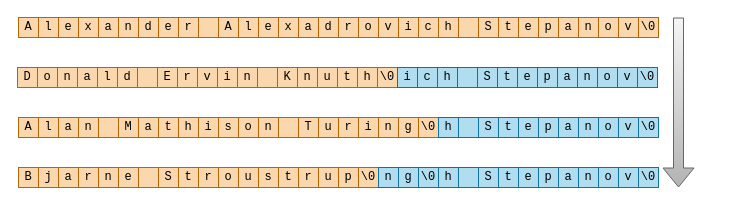
Before: images/generalized_parts/drawio/05_Information_in_the_string.drawio in cppHusky/cppHusky-cpp-Tutorial, a draw.io diagram. Source tidied: cells renumbered, new cells numbered last; positions are measured from the earlier drawing's top-left corner, leaving out a move shared by most shapes. Both pictures are drawn from the tidied source at 100%, with x=0, y=0 at pixel (17, 17).
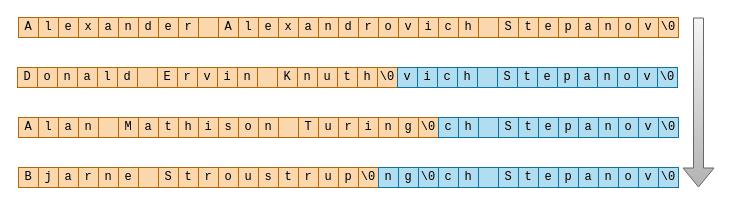
After the change.

Change to the diagram source:
```diff
@@
-    <mxCell id="17" value="d" style="rounded=0;whiteSpace=wrap;html=1;fontFamily=consolas;fillColor=#fad7ac;strokeColor=#b46504;" parent="1" vertex="1">
+    <mxCell id="17" value="n" style="rounded=0;whiteSpace=wrap;html=1;fontFamily=consolas;fillColor=#fad7ac;strokeColor=#b46504;" parent="1" vertex="1">
       <mxGeometry x="301" width="20" height="20" as="geometry" />
     </mxCell>
-    <mxCell id="18" value="r" style="rounded=0;whiteSpace=wrap;html=1;fontFamily=consolas;fillColor=#fad7ac;strokeColor=#b46504;" parent="1" vertex="1">
+    <mxCell id="18" value="d" style="rounded=0;whiteSpace=wrap;html=1;fontFamily=consolas;fillColor=#fad7ac;strokeColor=#b46504;" parent="1" vertex="1">
       <mxGeometry x="321" width="20" height="20" as="geometry" />
     </mxCell>
-    <mxCell id="19" value="o" style="rounded=0;whiteSpace=wrap;html=1;fontFamily=consolas;fillColor=#fad7ac;strokeColor=#b46504;" parent="1" vertex="1">
+    <mxCell id="19" value="r" style="rounded=0;whiteSpace=wrap;html=1;fontFamily=consolas;fillColor=#fad7ac;strokeColor=#b46504;" parent="1" vertex="1">
       <mxGeometry x="341" width="20" height="20" as="geometry" />
     </mxCell>
-    <mxCell id="20" value="v" style="rounded=0;whiteSpace=wrap;html=1;fontFamily=consolas;fillColor=#fad7ac;strokeColor=#b46504;" parent="1" vertex="1">
+    <mxCell id="20" value="o" style="rounded=0;whiteSpace=wrap;html=1;fontFamily=consolas;fillColor=#fad7ac;strokeColor=#b46504;" parent="1" vertex="1">
       <mxGeometry x="361" width="20" height="20" as="geometry" />
     </mxCell>
-    <mxCell id="21" value="i" style="rounded=0;whiteSpace=wrap;html=1;fontFamily=consolas;fillColor=#fad7ac;strokeColor=#b46504;" parent="1" vertex="1">
+    <mxCell id="21" value="v" style="rounded=0;whiteSpace=wrap;html=1;fontFamily=consolas;fillColor=#fad7ac;strokeColor=#b46504;" parent="1" vertex="1">
       <mxGeometry x="381" width="20" height="20" as="geometry" />
     </mxCell>
-    <mxCell id="22" value="c" style="rounded=0;whiteSpace=wrap;html=1;fontFamily=consolas;fillColor=#fad7ac;strokeColor=#b46504;" parent="1" vertex="1">
+    <mxCell id="22" value="i" style="rounded=0;whiteSpace=wrap;html=1;fontFamily=consolas;fillColor=#fad7ac;strokeColor=#b46504;" parent="1" vertex="1">
       <mxGeometry x="401" width="20" height="20" as="geometry" />
     </mxCell>
-    <mxCell id="23" value="h" style="rounded=0;whiteSpace=wrap;html=1;fontFamily=consolas;fillColor=#fad7ac;strokeColor=#b46504;" parent="1" vertex="1">
+    <mxCell id="23" value="c" style="rounded=0;whiteSpace=wrap;html=1;fontFamily=consolas;fillColor=#fad7ac;strokeColor=#b46504;" parent="1" vertex="1">
       <mxGeometry x="421" width="20" height="20" as="geometry" />
     </mxCell>
-    <mxCell id="24" value="&amp;nbsp;" style="rounded=0;whiteSpace=wrap;html=1;fontFamily=consolas;fillColor=#fad7ac;strokeColor=#b46504;" parent="1" vertex="1">
+    <mxCell id="24" value="h" style="rounded=0;whiteSpace=wrap;html=1;fontFamily=consolas;fillColor=#fad7ac;strokeColor=#b46504;" parent="1" vertex="1">
       <mxGeometry x="441" width="20" height="20" as="geometry" />
     </mxCell>
-    <mxCell id="25" value="S" style="rounded=0;whiteSpace=wrap;html=1;fontFamily=consolas;fillColor=#fad7ac;strokeColor=#b46504;" parent="1" vertex="1">
+    <mxCell id="25" value="&amp;nbsp;" style="rounded=0;whiteSpace=wrap;html=1;fontFamily=consolas;fillColor=#fad7ac;strokeColor=#b46504;" parent="1" vertex="1">
       <mxGeometry x="461" width="20" height="20" as="geometry" />
     </mxCell>
-    <mxCell id="26" value="t" style="rounded=0;whiteSpace=wrap;html=1;fontFamily=consolas;fillColor=#fad7ac;strokeColor=#b46504;" parent="1" vertex="1">
+    <mxCell id="26" value="S" style="rounded=0;whiteSpace=wrap;html=1;fontFamily=consolas;fillColor=#fad7ac;strokeColor=#b46504;" parent="1" vertex="1">
       <mxGeometry x="481" width="20" height="20" as="geometry" />
     </mxCell>
-    <mxCell id="27" value="e" style="rounded=0;whiteSpace=wrap;html=1;fontFamily=consolas;fillColor=#fad7ac;strokeColor=#b46504;" parent="1" vertex="1">
+    <mxCell id="27" value="t" style="rounded=0;whiteSpace=wrap;html=1;fontFamily=consolas;fillColor=#fad7ac;strokeColor=#b46504;" parent="1" vertex="1">
       <mxGeometry x="501" width="20" height="20" as="geometry" />
     </mxCell>
-    <mxCell id="28" value="p" style="rounded=0;whiteSpace=wrap;html=1;fontFamily=consolas;fillColor=#fad7ac;strokeColor=#b46504;" parent="1" vertex="1">
+    <mxCell id="28" value="e" style="rounded=0;whiteSpace=wrap;html=1;fontFamily=consolas;fillColor=#fad7ac;strokeColor=#b46504;" parent="1" vertex="1">
       <mxGeometry x="521" width="20" height="20" as="geometry" />
     </mxCell>
-    <mxCell id="29" value="a" style="rounded=0;whiteSpace=wrap;html=1;fontFamily=consolas;fillColor=#fad7ac;strokeColor=#b46504;" parent="1" vertex="1">
+    <mxCell id="29" value="p" style="rounded=0;whiteSpace=wrap;html=1;fontFamily=consolas;fillColor=#fad7ac;strokeColor=#b46504;" parent="1" vertex="1">
       <mxGeometry x="541" width="20" height="20" as="geometry" />
     </mxCell>
-    <mxCell id="30" value="n" style="rounded=0;whiteSpace=wrap;html=1;fontFamily=consolas;fillColor=#fad7ac;strokeColor=#b46504;" parent="1" vertex="1">
+    <mxCell id="30" value="a" style="rounded=0;whiteSpace=wrap;html=1;fontFamily=consolas;fillColor=#fad7ac;strokeColor=#b46504;" parent="1" vertex="1">
       <mxGeometry x="561" width="20" height="20" as="geometry" />
     </mxCell>
-    <mxCell id="31" value="o" style="rounded=0;whiteSpace=wrap;html=1;fontFamily=consolas;fillColor=#fad7ac;strokeColor=#b46504;" parent="1" vertex="1">
+    <mxCell id="31" value="n" style="rounded=0;whiteSpace=wrap;html=1;fontFamily=consolas;fillColor=#fad7ac;strokeColor=#b46504;" parent="1" vertex="1">
       <mxGeometry x="581" width="20" height="20" as="geometry" />
     </mxCell>
@@
-    <mxCell id="51" value="i" style="rounded=0;whiteSpace=wrap;html=1;fontFamily=consolas;fillColor=#b1ddf0;strokeColor=#10739e;" parent="1" vertex="1">
+    <mxCell id="51" value="v" style="rounded=0;whiteSpace=wrap;html=1;fontFamily=consolas;fillColor=#b1ddf0;strokeColor=#10739e;" parent="1" vertex="1">
       <mxGeometry x="380" y="50" width="20" height="20" as="geometry" />
     </mxCell>
-    <mxCell id="52" value="c" style="rounded=0;whiteSpace=wrap;html=1;fontFamily=consolas;fillColor=#b1ddf0;strokeColor=#10739e;" parent="1" vertex="1">
+    <mxCell id="52" value="i" style="rounded=0;whiteSpace=wrap;html=1;fontFamily=consolas;fillColor=#b1ddf0;strokeColor=#10739e;" parent="1" vertex="1">
       <mxGeometry x="400" y="50" width="20" height="20" as="geometry" />
     </mxCell>
-    <mxCell id="53" value="h" style="rounded=0;whiteSpace=wrap;html=1;fontFamily=consolas;fillColor=#b1ddf0;strokeColor=#10739e;" parent="1" vertex="1">
+    <mxCell id="53" value="c" style="rounded=0;whiteSpace=wrap;html=1;fontFamily=consolas;fillColor=#b1ddf0;strokeColor=#10739e;" parent="1" vertex="1">
       <mxGeometry x="420" y="50" width="20" height="20" as="geometry" />
     </mxCell>
-    <mxCell id="54" value="&amp;nbsp;" style="rounded=0;whiteSpace=wrap;html=1;fontFamily=consolas;fillColor=#b1ddf0;strokeColor=#10739e;" parent="1" vertex="1">
+    <mxCell id="54" value="h" style="rounded=0;whiteSpace=wrap;html=1;fontFamily=consolas;fillColor=#b1ddf0;strokeColor=#10739e;" parent="1" vertex="1">
       <mxGeometry x="440" y="50" width="20" height="20" as="geometry" />
     </mxCell>
-    <mxCell id="55" value="S" style="rounded=0;whiteSpace=wrap;html=1;fontFamily=consolas;fillColor=#b1ddf0;strokeColor=#10739e;" parent="1" vertex="1">
+    <mxCell id="55" value="&amp;nbsp;" style="rounded=0;whiteSpace=wrap;html=1;fontFamily=consolas;fillColor=#b1ddf0;strokeColor=#10739e;" parent="1" vertex="1">
       <mxGeometry x="460" y="50" width="20" height="20" as="geometry" />
     </mxCell>
-    <mxCell id="56" value="t" style="rounded=0;whiteSpace=wrap;html=1;fontFamily=consolas;fillColor=#b1ddf0;strokeColor=#10739e;" parent="1" vertex="1">
+    <mxCell id="56" value="S" style="rounded=0;whiteSpace=wrap;html=1;fontFamily=consolas;fillColor=#b1ddf0;strokeColor=#10739e;" parent="1" vertex="1">
       <mxGeometry x="480" y="50" width="20" height="20" as="geometry" />
     </mxCell>
-    <mxCell id="57" value="e" style="rounded=0;whiteSpace=wrap;html=1;fontFamily=consolas;fillColor=#b1ddf0;strokeColor=#10739e;" parent="1" vertex="1">
+    <mxCell id="57" value="t" style="rounded=0;whiteSpace=wrap;html=1;fontFamily=consolas;fillColor=#b1ddf0;strokeColor=#10739e;" parent="1" vertex="1">
       <mxGeometry x="500" y="50" width="20" height="20" as="geometry" />
     </mxCell>
-    <mxCell id="58" value="p" style="rounded=0;whiteSpace=wrap;html=1;fontFamily=consolas;fillColor=#b1ddf0;strokeColor=#10739e;" parent="1" vertex="1">
+    <mxCell id="58" value="e" style="rounded=0;whiteSpace=wrap;html=1;fontFamily=consolas;fillColor=#b1ddf0;strokeColor=#10739e;" parent="1" vertex="1">
       <mxGeometry x="520" y="50" width="20" height="20" as="geometry" />
     </mxCell>
-    <mxCell id="59" value="a" style="rounded=0;whiteSpace=wrap;html=1;fontFamily=consolas;fillColor=#b1ddf0;strokeColor=#10739e;" parent="1" vertex="1">
+    <mxCell id="59" value="p" style="rounded=0;whiteSpace=wrap;html=1;fontFamily=consolas;fillColor=#b1ddf0;strokeColor=#10739e;" parent="1" vertex="1">
       <mxGeometry x="540" y="50" width="20" height="20" as="geometry" />
     </mxCell>
-    <mxCell id="60" value="n" style="rounded=0;whiteSpace=wrap;html=1;fontFamily=consolas;fillColor=#b1ddf0;strokeColor=#10739e;" parent="1" vertex="1">
+    <mxCell id="60" value="a" style="rounded=0;whiteSpace=wrap;html=1;fontFamily=consolas;fillColor=#b1ddf0;strokeColor=#10739e;" parent="1" vertex="1">
       <mxGeometry x="560" y="50" width="20" height="20" as="geometry" />
     </mxCell>
-    <mxCell id="61" value="o" style="rounded=0;whiteSpace=wrap;html=1;fontFamily=consolas;fillColor=#b1ddf0;strokeColor=#10739e;" parent="1" vertex="1">
+    <mxCell id="61" value="n" style="rounded=0;whiteSpace=wrap;html=1;fontFamily=consolas;fillColor=#b1ddf0;strokeColor=#10739e;" parent="1" vertex="1">
       <mxGeometry x="580" y="50" width="20" height="20" as="geometry" />
     </mxCell>
-    <mxCell id="62" value="v" style="rounded=0;whiteSpace=wrap;html=1;fontFamily=consolas;fillColor=#fad7ac;strokeColor=#b46504;" parent="1" vertex="1">
+    <mxCell id="62" value="o" style="rounded=0;whiteSpace=wrap;html=1;fontFamily=consolas;fillColor=#fad7ac;strokeColor=#b46504;" parent="1" vertex="1">
       <mxGeometry x="601" width="20" height="20" as="geometry" />
     </mxCell>
-    <mxCell id="63" value="\0" style="rounded=0;whiteSpace=wrap;html=1;fontFamily=consolas;fillColor=#fad7ac;strokeColor=#b46504;" parent="1" vertex="1">
+    <mxCell id="63" value="v" style="rounded=0;whiteSpace=wrap;html=1;fontFamily=consolas;fillColor=#fad7ac;strokeColor=#b46504;" parent="1" vertex="1">
       <mxGeometry x="621" width="20" height="20" as="geometry" />
     </mxCell>
-    <mxCell id="64" value="v" style="rounded=0;whiteSpace=wrap;html=1;fontFamily=consolas;fillColor=#b1ddf0;strokeColor=#10739e;" parent="1" vertex="1">
+    <mxCell id="64" value="o" style="rounded=0;whiteSpace=wrap;html=1;fontFamily=consolas;fillColor=#b1ddf0;strokeColor=#10739e;" parent="1" vertex="1">
       <mxGeometry x="600" y="50" width="20" height="20" as="geometry" />
     </mxCell>
-    <mxCell id="65" value="\0" style="rounded=0;whiteSpace=wrap;html=1;fontFamily=consolas;fillColor=#b1ddf0;strokeColor=#10739e;" parent="1" vertex="1">
+    <mxCell id="65" value="v" style="rounded=0;whiteSpace=wrap;html=1;fontFamily=consolas;fillColor=#b1ddf0;strokeColor=#10739e;" parent="1" vertex="1">
       <mxGeometry x="620" y="50" width="20" height="20" as="geometry" />
     </mxCell>
@@
-    <mxCell id="87" value="h" style="rounded=0;whiteSpace=wrap;html=1;fontFamily=consolas;fillColor=#b1ddf0;strokeColor=#10739e;" parent="1" vertex="1">
+    <mxCell id="87" value="c" style="rounded=0;whiteSpace=wrap;html=1;fontFamily=consolas;fillColor=#b1ddf0;strokeColor=#10739e;" parent="1" vertex="1">
       <mxGeometry x="421" y="150" width="20" height="20" as="geometry" />
     </mxCell>
-    <mxCell id="88" value="&amp;nbsp;" style="rounded=0;whiteSpace=wrap;html=1;fontFamily=consolas;fillColor=#b1ddf0;strokeColor=#10739e;" parent="1" vertex="1">
+    <mxCell id="88" value="h" style="rounded=0;whiteSpace=wrap;html=1;fontFamily=consolas;fillColor=#b1ddf0;strokeColor=#10739e;" parent="1" vertex="1">
       <mxGeometry x="441" y="150" width="20" height="20" as="geometry" />
     </mxCell>
-    <mxCell id="89" value="S" style="rounded=0;whiteSpace=wrap;html=1;fontFamily=consolas;fillColor=#b1ddf0;strokeColor=#10739e;" parent="1" vertex="1">
+    <mxCell id="89" value="&amp;nbsp;" style="rounded=0;whiteSpace=wrap;html=1;fontFamily=consolas;fillColor=#b1ddf0;strokeColor=#10739e;" parent="1" vertex="1">
       <mxGeometry x="461" y="150" width="20" height="20" as="geometry" />
     </mxCell>
-    <mxCell id="90" value="t" style="rounded=0;whiteSpace=wrap;html=1;fontFamily=consolas;fillColor=#b1ddf0;strokeColor=#10739e;" parent="1" vertex="1">
+    <mxCell id="90" value="S" style="rounded=0;whiteSpace=wrap;html=1;fontFamily=consolas;fillColor=#b1ddf0;strokeColor=#10739e;" parent="1" vertex="1">
       <mxGeometry x="481" y="150" width="20" height="20" as="geometry" />
     </mxCell>
-    <mxCell id="91" value="e" style="rounded=0;whiteSpace=wrap;html=1;fontFamily=consolas;fillColor=#b1ddf0;strokeColor=#10739e;" parent="1" vertex="1">
+    <mxCell id="91" value="t" style="rounded=0;whiteSpace=wrap;html=1;fontFamily=consolas;fillColor=#b1ddf0;strokeColor=#10739e;" parent="1" vertex="1">
       <mxGeometry x="501" y="150" width="20" height="20" as="geometry" />
     </mxCell>
-    <mxCell id="92" value="p" style="rounded=0;whiteSpace=wrap;html=1;fontFamily=consolas;fillColor=#b1ddf0;strokeColor=#10739e;" parent="1" vertex="1">
+    <mxCell id="92" value="e" style="rounded=0;whiteSpace=wrap;html=1;fontFamily=consolas;fillColor=#b1ddf0;strokeColor=#10739e;" parent="1" vertex="1">
       <mxGeometry x="521" y="150" width="20" height="20" as="geometry" />
     </mxCell>
-    <mxCell id="93" value="a" style="rounded=0;whiteSpace=wrap;html=1;fontFamily=consolas;fillColor=#b1ddf0;strokeColor=#10739e;" parent="1" vertex="1">
+    <mxCell id="93" value="p" style="rounded=0;whiteSpace=wrap;html=1;fontFamily=consolas;fillColor=#b1ddf0;strokeColor=#10739e;" parent="1" vertex="1">
       <mxGeometry x="541" y="150" width="20" height="20" as="geometry" />
     </mxCell>
-    <mxCell id="94" value="n" style="rounded=0;whiteSpace=wrap;html=1;fontFamily=consolas;fillColor=#b1ddf0;strokeColor=#10739e;" parent="1" vertex="1">
+    <mxCell id="94" value="a" style="rounded=0;whiteSpace=wrap;html=1;fontFamily=consolas;fillColor=#b1ddf0;strokeColor=#10739e;" parent="1" vertex="1">
       <mxGeometry x="561" y="150" width="20" height="20" as="geometry" />
     </mxCell>
-    <mxCell id="95" value="o" style="rounded=0;whiteSpace=wrap;html=1;fontFamily=consolas;fillColor=#b1ddf0;strokeColor=#10739e;" parent="1" vertex="1">
+    <mxCell id="95" value="n" style="rounded=0;whiteSpace=wrap;html=1;fontFamily=consolas;fillColor=#b1ddf0;strokeColor=#10739e;" parent="1" vertex="1">
       <mxGeometry x="581" y="150" width="20" height="20" as="geometry" />
     </mxCell>
-    <mxCell id="96" value="v" style="rounded=0;whiteSpace=wrap;html=1;fontFamily=consolas;fillColor=#b1ddf0;strokeColor=#10739e;" parent="1" vertex="1">
+    <mxCell id="96" value="o" style="rounded=0;whiteSpace=wrap;html=1;fontFamily=consolas;fillColor=#b1ddf0;strokeColor=#10739e;" parent="1" vertex="1">
       <mxGeometry x="601" y="150" width="20" height="20" as="geometry" />
     </mxCell>
-    <mxCell id="97" value="\0" style="rounded=0;whiteSpace=wrap;html=1;fontFamily=consolas;fillColor=#b1ddf0;strokeColor=#10739e;" parent="1" vertex="1">
+    <mxCell id="97" value="v" style="rounded=0;whiteSpace=wrap;html=1;fontFamily=consolas;fillColor=#b1ddf0;strokeColor=#10739e;" parent="1" vertex="1">
       <mxGeometry x="621" y="150" width="20" height="20" as="geometry" />
     </mxCell>
@@
-    <mxCell id="119" value="h" style="rounded=0;whiteSpace=wrap;html=1;fontFamily=consolas;fillColor=#b1ddf0;strokeColor=#10739e;" parent="1" vertex="1">
+    <mxCell id="119" value="c" style="rounded=0;whiteSpace=wrap;html=1;fontFamily=consolas;fillColor=#b1ddf0;strokeColor=#10739e;" parent="1" vertex="1">
       <mxGeometry x="421" y="100" width="20" height="20" as="geometry" />
     </mxCell>
-    <mxCell id="120" value="&amp;nbsp;" style="rounded=0;whiteSpace=wrap;html=1;fontFamily=consolas;fillColor=#b1ddf0;strokeColor=#10739e;" parent="1" vertex="1">
+    <mxCell id="120" value="h" style="rounded=0;whiteSpace=wrap;html=1;fontFamily=consolas;fillColor=#b1ddf0;strokeColor=#10739e;" parent="1" vertex="1">
       <mxGeometry x="441" y="100" width="20" height="20" as="geometry" />
     </mxCell>
-    <mxCell id="121" value="S" style="rounded=0;whiteSpace=wrap;html=1;fontFamily=consolas;fillColor=#b1ddf0;strokeColor=#10739e;" parent="1" vertex="1">
+    <mxCell id="121" value="&amp;nbsp;" style="rounded=0;whiteSpace=wrap;html=1;fontFamily=consolas;fillColor=#b1ddf0;strokeColor=#10739e;" parent="1" vertex="1">
       <mxGeometry x="461" y="100" width="20" height="20" as="geometry" />
     </mxCell>
-    <mxCell id="122" value="t" style="rounded=0;whiteSpace=wrap;html=1;fontFamily=consolas;fillColor=#b1ddf0;strokeColor=#10739e;" parent="1" vertex="1">
+    <mxCell id="122" value="S" style="rounded=0;whiteSpace=wrap;html=1;fontFamily=consolas;fillColor=#b1ddf0;strokeColor=#10739e;" parent="1" vertex="1">
       <mxGeometry x="481" y="100" width="20" height="20" as="geometry" />
     </mxCell>
-    <mxCell id="123" value="e" style="rounded=0;whiteSpace=wrap;html=1;fontFamily=consolas;fillColor=#b1ddf0;strokeColor=#10739e;" parent="1" vertex="1">
+    <mxCell id="123" value="t" style="rounded=0;whiteSpace=wrap;html=1;fontFamily=consolas;fillColor=#b1ddf0;strokeColor=#10739e;" parent="1" vertex="1">
       <mxGeometry x="501" y="100" width="20" height="20" as="geometry" />
     </mxCell>
-    <mxCell id="124" value="p" style="rounded=0;whiteSpace=wrap;html=1;fontFamily=consolas;fillColor=#b1ddf0;strokeColor=#10739e;" parent="1" vertex="1">
+    <mxCell id="124" value="e" style="rounded=0;whiteSpace=wrap;html=1;fontFamily=consolas;fillColor=#b1ddf0;strokeColor=#10739e;" parent="1" vertex="1">
       <mxGeometry x="521" y="100" width="20" height="20" as="geometry" />
     </mxCell>
-    <mxCell id="125" value="a" style="rounded=0;whiteSpace=wrap;html=1;fontFamily=consolas;fillColor=#b1ddf0;strokeColor=#10739e;" parent="1" vertex="1">
+    <mxCell id="125" value="p" style="rounded=0;whiteSpace=wrap;html=1;fontFamily=consolas;fillColor=#b1ddf0;strokeColor=#10739e;" parent="1" vertex="1">
       <mxGeometry x="541" y="100" width="20" height="20" as="geometry" />
     </mxCell>
-    <mxCell id="126" value="n" style="rounded=0;whiteSpace=wrap;html=1;fontFamily=consolas;fillColor=#b1ddf0;strokeColor=#10739e;" parent="1" vertex="1">
+    <mxCell id="126" value="a" style="rounded=0;whiteSpace=wrap;html=1;fontFamily=consolas;fillColor=#b1ddf0;strokeColor=#10739e;" parent="1" vertex="1">
       <mxGeometry x="561" y="100" width="20" height="20" as="geometry" />
     </mxCell>
-    <mxCell id="127" value="o" style="rounded=0;whiteSpace=wrap;html=1;fontFamily=consolas;fillColor=#b1ddf0;strokeColor=#10739e;" parent="1" vertex="1">
+    <mxCell id="127" value="n" style="rounded=0;whiteSpace=wrap;html=1;fontFamily=consolas;fillColor=#b1ddf0;strokeColor=#10739e;" parent="1" vertex="1">
       <mxGeometry x="581" y="100" width="20" height="20" as="geometry" />
     </mxCell>
-    <mxCell id="128" value="v" style="rounded=0;whiteSpace=wrap;html=1;fontFamily=consolas;fillColor=#b1ddf0;strokeColor=#10739e;" parent="1" vertex="1">
+    <mxCell id="128" value="o" style="rounded=0;whiteSpace=wrap;html=1;fontFamily=consolas;fillColor=#b1ddf0;strokeColor=#10739e;" parent="1" vertex="1">
       <mxGeometry x="601" y="100" width="20" height="20" as="geometry" />
     </mxCell>
-    <mxCell id="129" value="\0" style="rounded=0;whiteSpace=wrap;html=1;fontFamily=consolas;fillColor=#b1ddf0;strokeColor=#10739e;" parent="1" vertex="1">
+    <mxCell id="129" value="v" style="rounded=0;whiteSpace=wrap;html=1;fontFamily=consolas;fillColor=#b1ddf0;strokeColor=#10739e;" parent="1" vertex="1">
       <mxGeometry x="621" y="100" width="20" height="20" as="geometry" />
     </mxCell>
     <mxCell id="130" style="shape=flexArrow;endArrow=classic;html=1;rounded=0;fillColor=#F5F5F5;gradientColor=#b3b3b3;strokeColor=#666666;" parent="1" edge="1">
       <mxGeometry relative="1" as="geometry">
-        <mxPoint x="661" as="sourcePoint" />
-        <mxPoint x="661" y="170" as="targetPoint" />
+        <mxPoint x="681" as="sourcePoint" />
+        <mxPoint x="681" y="170" as="targetPoint" />
       </mxGeometry>
     </mxCell>
+    <mxCell id="131" value="\0" style="rounded=0;whiteSpace=wrap;html=1;fontFamily=consolas;fillColor=#fad7ac;strokeColor=#b46504;" parent="1" vertex="1">
+      <mxGeometry x="641" width="20" height="20" as="geometry" />
+    </mxCell>
+    <mxCell id="132" value="\0" style="rounded=0;whiteSpace=wrap;html=1;fontFamily=consolas;fillColor=#b1ddf0;strokeColor=#10739e;" parent="1" vertex="1">
+      <mxGeometry x="640" y="50" width="20" height="20" as="geometry" />
+    </mxCell>
+    <mxCell id="133" value="\0" style="rounded=0;whiteSpace=wrap;html=1;fontFamily=consolas;fillColor=#b1ddf0;strokeColor=#10739e;" parent="1" vertex="1">
+      <mxGeometry x="641" y="150" width="20" height="20" as="geometry" />
+    </mxCell>
+    <mxCell id="134" value="\0" style="rounded=0;whiteSpace=wrap;html=1;fontFamily=consolas;fillColor=#b1ddf0;strokeColor=#10739e;" parent="1" vertex="1">
+      <mxGeometry x="641" y="100" width="20" height="20" as="geometry" />
+    </mxCell>
```
